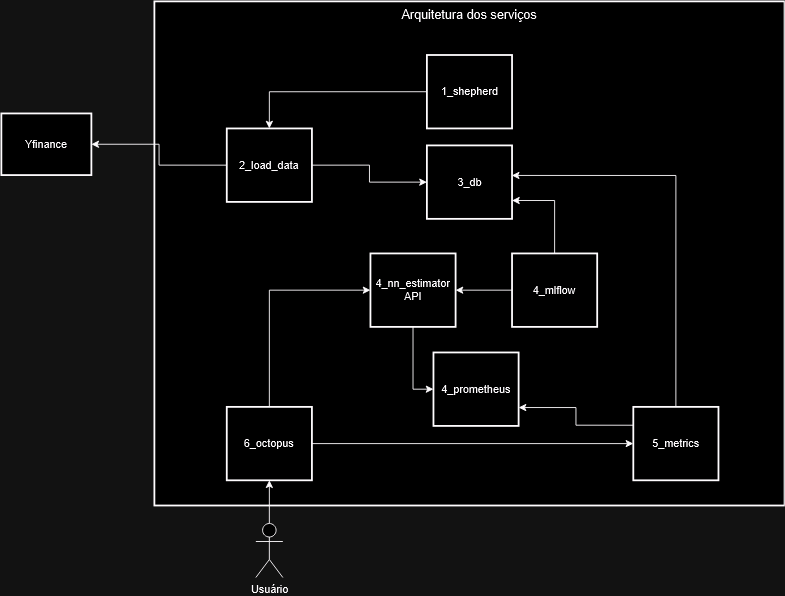
Earlier version of the draw.io export arch.png (MarcioAjunior/tech_challange_4). Source tidied: cells renumbered, new cells last; positions are measured from the earlier drawing's top-left corner, leaving out a move shared by most shapes.
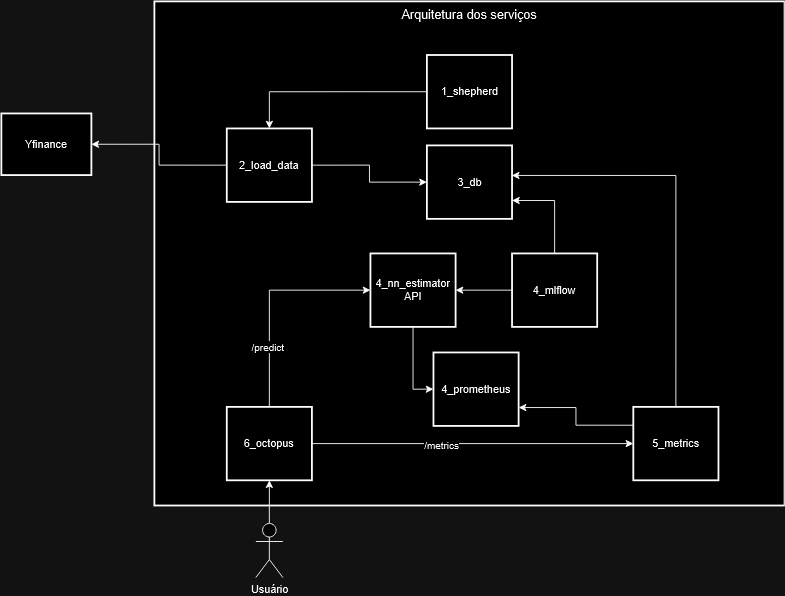
The same diagram one commit later.

Commit message:
change arch and deer

What changed in the source:
```diff
@@ -38,9 +38,15 @@
     <mxCell id="13" style="edgeStyle=orthogonalEdgeStyle;rounded=0;jettySize=auto;html=1;exitX=1;exitY=0.5;exitDx=0;exitDy=0;entryX=0;entryY=0.5;entryDx=0;entryDy=0;" parent="2" edge="1" source="15" target="12">
       <mxGeometry relative="1" as="geometry" />
     </mxCell>
+    <mxCell id="24" value="&lt;div&gt;/metrics&lt;/div&gt;" style="edgeLabel;html=1;align=center;verticalAlign=middle;" parent="13" vertex="1">
+      <mxGeometry x="-0.19" y="-1" relative="1" as="geometry" />
+    </mxCell>
     <mxCell id="14" style="edgeStyle=orthogonalEdgeStyle;rounded=0;jettySize=auto;html=1;exitX=0.5;exitY=0;exitDx=0;exitDy=0;entryX=0;entryY=0.5;entryDx=0;entryDy=0;" parent="2" edge="1" source="15" target="9">
       <mxGeometry relative="1" as="geometry" />
     </mxCell>
+    <mxCell id="25" value="/predict" style="edgeLabel;html=1;align=center;verticalAlign=middle;" parent="14" vertex="1">
+      <mxGeometry x="-0.44" y="2" relative="1" as="geometry" />
+    </mxCell>
     <mxCell id="15" value="6_octopus" style="whiteSpace=wrap;strokeWidth=2;" parent="2" vertex="1">
       <mxGeometry x="80.4" y="450.4" width="94.6" height="81.6" as="geometry" />
     </mxCell>
```
